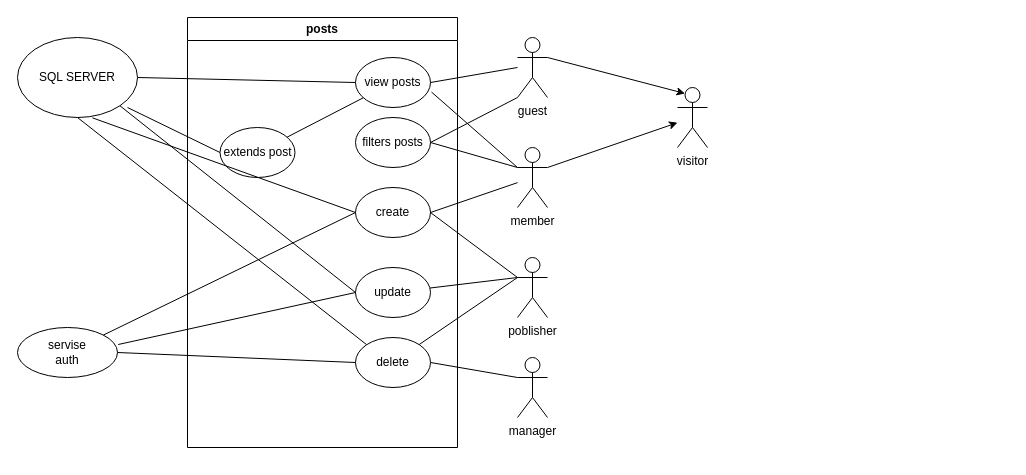
The draw.io diagram diagrams/useCasePosts.drawio in aviram10/kehilat-israel, before the edit. Source tidied: cells renumbered, new cells numbered last; positions are measured from the earlier drawing's top-left corner, leaving out a move shared by most shapes. Both pictures are drawn from the tidied source at 100%, with x=0, y=0 at pixel (17, 17).
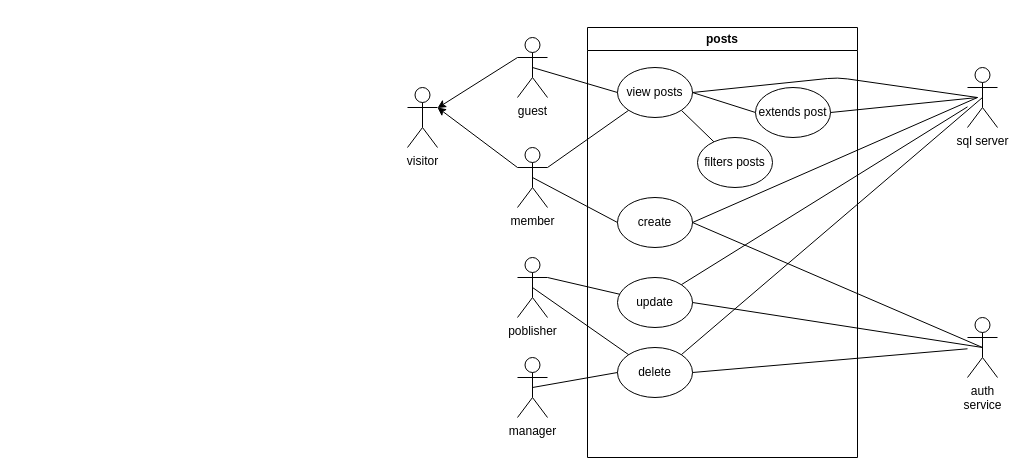
The same page after the edit.

The change refers to these unchanged cells:
```xml
<mxCell id="13" value="guest" style="shape=umlActor;verticalLabelPosition=bottom;verticalAlign=top;html=1;outlineConnect=0;direction=east;" parent="1" vertex="1">
  <mxGeometry x="500" y="20" width="30" height="60" as="geometry" />
</mxCell>
<mxCell id="18" value="member" style="shape=umlActor;verticalLabelPosition=bottom;verticalAlign=top;html=1;outlineConnect=0;" parent="1" vertex="1">
  <mxGeometry x="500" y="130" width="30" height="60" as="geometry" />
</mxCell>
<mxCell id="22" value="poblisher" style="shape=umlActor;verticalLabelPosition=bottom;verticalAlign=top;html=1;outlineConnect=0;" parent="1" vertex="1">
  <mxGeometry x="500" y="240" width="30" height="60" as="geometry" />
</mxCell>
<mxCell id="24" value="manager" style="shape=umlActor;verticalLabelPosition=bottom;verticalAlign=top;html=1;outlineConnect=0;" parent="1" vertex="1">
  <mxGeometry x="500" y="340" width="30" height="60" as="geometry" />
</mxCell>
```

The edit, as a diff of the source:
```diff
@@
     <mxCell id="2" value="posts" style="swimlane;whiteSpace=wrap;html=1;" parent="1" vertex="1">
-      <mxGeometry x="170" width="270" height="430" as="geometry" />
+      <mxGeometry x="570" y="10" width="270" height="430" as="geometry" />
     </mxCell>
-    <mxCell id="3" style="edgeStyle=none;html=1;endArrow=none;endFill=0;" parent="2" edge="1" source="4" target="8">
+    <mxCell id="3" style="edgeStyle=none;html=1;exitX=1;exitY=0.5;exitDx=0;exitDy=0;entryX=0;entryY=0.5;entryDx=0;entryDy=0;endArrow=none;endFill=0;" parent="2" edge="1" source="4" target="8">
       <mxGeometry relative="1" as="geometry" />
     </mxCell>
+    <mxCell id="36" style="edgeStyle=none;html=1;exitX=1;exitY=1;exitDx=0;exitDy=0;endArrow=none;endFill=0;" parent="2" edge="1" source="4" target="5">
+      <mxGeometry relative="1" as="geometry" />
+    </mxCell>
     <mxCell id="4" value="view posts" style="ellipse;whiteSpace=wrap;html=1;" parent="2" vertex="1">
-      <mxGeometry x="168" y="40" width="75" height="50" as="geometry" />
+      <mxGeometry x="30" y="40" width="75" height="50" as="geometry" />
     </mxCell>
     <mxCell id="5" value="filters posts" style="ellipse;whiteSpace=wrap;html=1;" parent="2" vertex="1">
-      <mxGeometry x="168" y="100" width="75" height="50" as="geometry" />
+      <mxGeometry x="110" y="110" width="75" height="50" as="geometry" />
     </mxCell>
     <mxCell id="6" value="update" style="ellipse;whiteSpace=wrap;html=1;" parent="2" vertex="1">
-      <mxGeometry x="168" y="250" width="75" height="50" as="geometry" />
+      <mxGeometry x="30" y="250" width="75" height="50" as="geometry" />
     </mxCell>
     <mxCell id="7" value="delete" style="ellipse;whiteSpace=wrap;html=1;" parent="2" vertex="1">
-      <mxGeometry x="168" y="320" width="75" height="50" as="geometry" />
+      <mxGeometry x="30" y="320" width="75" height="50" as="geometry" />
     </mxCell>
+    <mxCell id="9" value="create" style="ellipse;whiteSpace=wrap;html=1;" parent="2" vertex="1">
+      <mxGeometry x="30" y="170" width="75" height="50" as="geometry" />
+    </mxCell>
     <mxCell id="8" value="extends post" style="ellipse;whiteSpace=wrap;html=1;" parent="2" vertex="1">
-      <mxGeometry x="32.5" y="110" width="75" height="50" as="geometry" />
+      <mxGeometry x="168" y="60" width="75" height="50" as="geometry" />
     </mxCell>
-    <mxCell id="9" value="create" style="ellipse;whiteSpace=wrap;html=1;" parent="2" vertex="1">
-      <mxGeometry x="168" y="170" width="75" height="50" as="geometry" />
-    </mxCell>
     <mxCell id="10" value="visitor" style="shape=umlActor;verticalLabelPosition=bottom;verticalAlign=top;html=1;outlineConnect=0;" parent="1" vertex="1">
-      <mxGeometry x="660" y="70" width="30" height="60" as="geometry" />
+      <mxGeometry x="390" y="70" width="30" height="60" as="geometry" />
     </mxCell>
-    <mxCell id="11" style="edgeStyle=none;html=1;exitX=1;exitY=0.3333333333333333;exitDx=0;exitDy=0;exitPerimeter=0;entryX=0.25;entryY=0.1;entryDx=0;entryDy=0;entryPerimeter=0;endArrow=classic;endFill=1;" parent="1" edge="1" source="13" target="10">
-      <mxGeometry relative="1" as="geometry" />
-    </mxCell>
-    <mxCell id="12" style="edgeStyle=none;html=1;exitX=0;exitY=1;exitDx=0;exitDy=0;exitPerimeter=0;entryX=1;entryY=0.5;entryDx=0;entryDy=0;endArrow=none;endFill=0;" parent="1" edge="1" source="13" target="5">
-      <mxGeometry relative="1" as="geometry" />
-    </mxCell>
+    <mxCell id="21" style="edgeStyle=none;html=1;exitX=0;exitY=0.3333333333333333;exitDx=0;exitDy=0;exitPerimeter=0;" parent="1" edge="1" source="13" target="10">
+      <mxGeometry relative="1" as="geometry" />
+    </mxCell>
+    <mxCell id="37" style="edgeStyle=none;html=1;exitX=0.5;exitY=0.5;exitDx=0;exitDy=0;exitPerimeter=0;entryX=0;entryY=0.5;entryDx=0;entryDy=0;endArrow=none;endFill=0;" parent="1" edge="1" source="13" target="4">
+      <mxGeometry relative="1" as="geometry" />
+    </mxCell>
@@
-    <mxCell id="14" style="edgeStyle=none;html=1;exitX=1;exitY=0.3333333333333333;exitDx=0;exitDy=0;exitPerimeter=0;endArrow=classic;endFill=1;" parent="1" edge="1" source="18" target="10">
+    <mxCell id="14" style="edgeStyle=none;html=1;exitX=0;exitY=0.3333333333333333;exitDx=0;exitDy=0;exitPerimeter=0;entryX=1;entryY=0.3333333333333333;entryDx=0;entryDy=0;entryPerimeter=0;" parent="1" edge="1" source="18" target="10">
       <mxGeometry relative="1" as="geometry" />
     </mxCell>
+    <mxCell id="17" style="edgeStyle=none;html=1;exitX=0.5;exitY=0.5;exitDx=0;exitDy=0;exitPerimeter=0;entryX=0;entryY=0.5;entryDx=0;entryDy=0;endArrow=none;endFill=0;" parent="1" edge="1" source="18" target="9">
+      <mxGeometry relative="1" as="geometry" />
+    </mxCell>
-    <mxCell id="15" style="edgeStyle=none;html=1;exitX=0;exitY=0.3333333333333333;exitDx=0;exitDy=0;exitPerimeter=0;entryX=1.013;entryY=0.69;entryDx=0;entryDy=0;entryPerimeter=0;endArrow=none;endFill=0;" parent="1" edge="1" source="18" target="4">
+    <mxCell id="15" style="edgeStyle=none;html=1;exitX=1;exitY=0.3333333333333333;exitDx=0;exitDy=0;exitPerimeter=0;entryX=0;entryY=1;entryDx=0;entryDy=0;endArrow=none;endFill=0;" parent="1" edge="1" source="18" target="4">
       <mxGeometry relative="1" as="geometry" />
     </mxCell>
-    <mxCell id="16" style="edgeStyle=none;html=1;exitX=0;exitY=0.3333333333333333;exitDx=0;exitDy=0;exitPerimeter=0;entryX=1;entryY=0.5;entryDx=0;entryDy=0;endArrow=none;endFill=0;" parent="1" edge="1" source="18" target="5">
-      <mxGeometry relative="1" as="geometry" />
-    </mxCell>
-    <mxCell id="17" style="edgeStyle=none;html=1;entryX=1;entryY=0.5;entryDx=0;entryDy=0;endArrow=none;endFill=0;" parent="1" edge="1" source="18" target="9">
-      <mxGeometry relative="1" as="geometry" />
-    </mxCell>
@@
-    <mxCell id="19" style="edgeStyle=none;html=1;exitX=0;exitY=0.3333333333333333;exitDx=0;exitDy=0;exitPerimeter=0;entryX=1;entryY=0.5;entryDx=0;entryDy=0;endArrow=none;endFill=0;" parent="1" edge="1" source="22" target="9">
-      <mxGeometry relative="1" as="geometry" />
-    </mxCell>
-    <mxCell id="20" style="edgeStyle=none;html=1;exitX=0;exitY=0.3333333333333333;exitDx=0;exitDy=0;exitPerimeter=0;endArrow=none;endFill=0;" parent="1" edge="1" source="22" target="6">
+    <mxCell id="20" style="edgeStyle=none;html=1;exitX=1;exitY=0.3333333333333333;exitDx=0;exitDy=0;exitPerimeter=0;endArrow=none;endFill=0;" parent="1" edge="1" source="22" target="6">
       <mxGeometry relative="1" as="geometry" />
     </mxCell>
-    <mxCell id="21" style="edgeStyle=none;html=1;exitX=0;exitY=0.3333333333333333;exitDx=0;exitDy=0;exitPerimeter=0;endArrow=none;endFill=0;" parent="1" edge="1" source="22" target="7">
-      <mxGeometry relative="1" as="geometry" />
-    </mxCell>
+    <mxCell id="38" style="edgeStyle=none;html=1;exitX=0.5;exitY=0.5;exitDx=0;exitDy=0;exitPerimeter=0;entryX=0;entryY=0;entryDx=0;entryDy=0;endArrow=none;endFill=0;" parent="1" edge="1" source="22" target="7">
+      <mxGeometry relative="1" as="geometry" />
+    </mxCell>
@@
-    <mxCell id="23" style="edgeStyle=none;html=1;exitX=0;exitY=0.3333333333333333;exitDx=0;exitDy=0;exitPerimeter=0;entryX=1;entryY=0.5;entryDx=0;entryDy=0;endArrow=none;endFill=0;" parent="1" edge="1" source="24" target="7">
+    <mxCell id="23" style="edgeStyle=none;html=1;exitX=0.5;exitY=0.5;exitDx=0;exitDy=0;exitPerimeter=0;entryX=0;entryY=0.5;entryDx=0;entryDy=0;endArrow=none;endFill=0;" parent="1" edge="1" source="24" target="7">
       <mxGeometry relative="1" as="geometry" />
     </mxCell>
@@
-    <mxCell id="25" style="endArrow=none;html=1;exitX=1;exitY=0.5;exitDx=0;exitDy=0;" parent="1" edge="1" source="4">
-      <mxGeometry relative="1" as="geometry">
-        <mxPoint x="500" y="50" as="targetPoint" />
-      </mxGeometry>
-    </mxCell>
-    <mxCell id="26" value="servise&lt;br&gt;auth" style="ellipse;whiteSpace=wrap;html=1;" parent="1" vertex="1">
-      <mxGeometry y="310" width="100" height="50" as="geometry" />
-    </mxCell>
-    <mxCell id="27" value="SQL SERVER" style="ellipse;whiteSpace=wrap;html=1;" parent="1" vertex="1">
-      <mxGeometry y="20" width="120" height="80" as="geometry" />
-    </mxCell>
-    <mxCell id="28" style="edgeStyle=none;html=1;exitX=0;exitY=0.5;exitDx=0;exitDy=0;entryX=1;entryY=0.5;entryDx=0;entryDy=0;endArrow=none;endFill=0;" parent="1" edge="1" source="4" target="27">
-      <mxGeometry relative="1" as="geometry" />
-    </mxCell>
-    <mxCell id="29" style="edgeStyle=none;html=1;exitX=0;exitY=0.5;exitDx=0;exitDy=0;entryX=0.917;entryY=0.875;entryDx=0;entryDy=0;entryPerimeter=0;endArrow=none;endFill=0;" parent="1" edge="1" source="8" target="27">
-      <mxGeometry relative="1" as="geometry" />
-    </mxCell>
-    <mxCell id="30" style="edgeStyle=none;html=1;exitX=0;exitY=0.5;exitDx=0;exitDy=0;endArrow=none;endFill=0;" parent="1" edge="1" source="9" target="26">
-      <mxGeometry relative="1" as="geometry" />
-    </mxCell>
-    <mxCell id="31" style="edgeStyle=none;html=1;exitX=0;exitY=0.5;exitDx=0;exitDy=0;entryX=1.007;entryY=0.34;entryDx=0;entryDy=0;entryPerimeter=0;endArrow=none;endFill=0;" parent="1" edge="1" source="6" target="26">
-      <mxGeometry relative="1" as="geometry" />
-    </mxCell>
-    <mxCell id="32" style="edgeStyle=none;html=1;exitX=0;exitY=0.5;exitDx=0;exitDy=0;entryX=1;entryY=0.5;entryDx=0;entryDy=0;endArrow=none;endFill=0;" parent="1" edge="1" source="7" target="26">
-      <mxGeometry relative="1" as="geometry" />
-    </mxCell>
-    <mxCell id="33" style="edgeStyle=none;html=1;exitX=0;exitY=0;exitDx=0;exitDy=0;entryX=0.5;entryY=1;entryDx=0;entryDy=0;endArrow=none;endFill=0;" parent="1" edge="1" source="7" target="27">
-      <mxGeometry relative="1" as="geometry" />
-    </mxCell>
-    <mxCell id="34" style="edgeStyle=none;html=1;exitX=0;exitY=0.5;exitDx=0;exitDy=0;entryX=1;entryY=1;entryDx=0;entryDy=0;endArrow=none;endFill=0;" parent="1" edge="1" source="6" target="27">
-      <mxGeometry relative="1" as="geometry" />
-    </mxCell>
-    <mxCell id="35" style="edgeStyle=none;html=1;exitX=0;exitY=0.5;exitDx=0;exitDy=0;entryX=0.624;entryY=1.004;entryDx=0;entryDy=0;entryPerimeter=0;endArrow=none;endFill=0;" parent="1" edge="1" source="9" target="27">
-      <mxGeometry relative="1" as="geometry" />
-    </mxCell>
+    <mxCell id="39" value="auth&lt;br&gt;service" style="shape=umlActor;verticalLabelPosition=bottom;verticalAlign=top;html=1;outlineConnect=0;" parent="1" vertex="1">
+      <mxGeometry x="950" y="300" width="30" height="60" as="geometry" />
+    </mxCell>
+    <mxCell id="40" value="sql server" style="shape=umlActor;verticalLabelPosition=bottom;verticalAlign=top;html=1;outlineConnect=0;" parent="1" vertex="1">
+      <mxGeometry x="950" y="50" width="30" height="60" as="geometry" />
+    </mxCell>
+    <mxCell id="41" style="edgeStyle=none;html=1;exitX=1;exitY=0.5;exitDx=0;exitDy=0;endArrow=none;endFill=0;" parent="1" edge="1" source="7" target="39">
+      <mxGeometry relative="1" as="geometry" />
+    </mxCell>
+    <mxCell id="42" style="edgeStyle=none;html=1;exitX=1;exitY=0;exitDx=0;exitDy=0;entryX=0.5;entryY=0.5;entryDx=0;entryDy=0;entryPerimeter=0;endArrow=none;endFill=0;" parent="1" edge="1" source="7" target="40">
+      <mxGeometry relative="1" as="geometry" />
+    </mxCell>
+    <mxCell id="43" style="edgeStyle=none;html=1;exitX=1;exitY=0.5;exitDx=0;exitDy=0;entryX=0.5;entryY=0.5;entryDx=0;entryDy=0;entryPerimeter=0;endArrow=none;endFill=0;" parent="1" edge="1" source="6" target="39">
+      <mxGeometry relative="1" as="geometry" />
+    </mxCell>
+    <mxCell id="44" style="edgeStyle=none;html=1;exitX=1;exitY=0;exitDx=0;exitDy=0;endArrow=none;endFill=0;" parent="1" edge="1" source="6" target="40">
+      <mxGeometry relative="1" as="geometry" />
+    </mxCell>
+    <mxCell id="45" style="edgeStyle=none;html=1;exitX=1;exitY=0.5;exitDx=0;exitDy=0;entryX=0.5;entryY=0.5;entryDx=0;entryDy=0;entryPerimeter=0;endArrow=none;endFill=0;" parent="1" edge="1" source="9" target="39">
+      <mxGeometry relative="1" as="geometry" />
+    </mxCell>
+    <mxCell id="46" style="edgeStyle=none;html=1;exitX=1;exitY=0.5;exitDx=0;exitDy=0;endArrow=none;endFill=0;" parent="1" edge="1" source="9">
+      <mxGeometry relative="1" as="geometry">
+        <mxPoint x="960" y="80" as="targetPoint" />
+      </mxGeometry>
+    </mxCell>
+    <mxCell id="47" style="edgeStyle=none;html=1;exitX=1;exitY=0.5;exitDx=0;exitDy=0;endArrow=none;endFill=0;" parent="1" edge="1" source="4">
+      <mxGeometry relative="1" as="geometry">
+        <mxPoint x="960" y="80" as="targetPoint" />
+        <Array as="points">
+          <mxPoint x="820" y="60" />
+        </Array>
+      </mxGeometry>
+    </mxCell>
+    <mxCell id="48" style="edgeStyle=none;html=1;exitX=1;exitY=0.5;exitDx=0;exitDy=0;endArrow=none;endFill=0;" parent="1" edge="1" source="8">
+      <mxGeometry relative="1" as="geometry">
+        <mxPoint x="960" y="80" as="targetPoint" />
+      </mxGeometry>
+    </mxCell>
```
